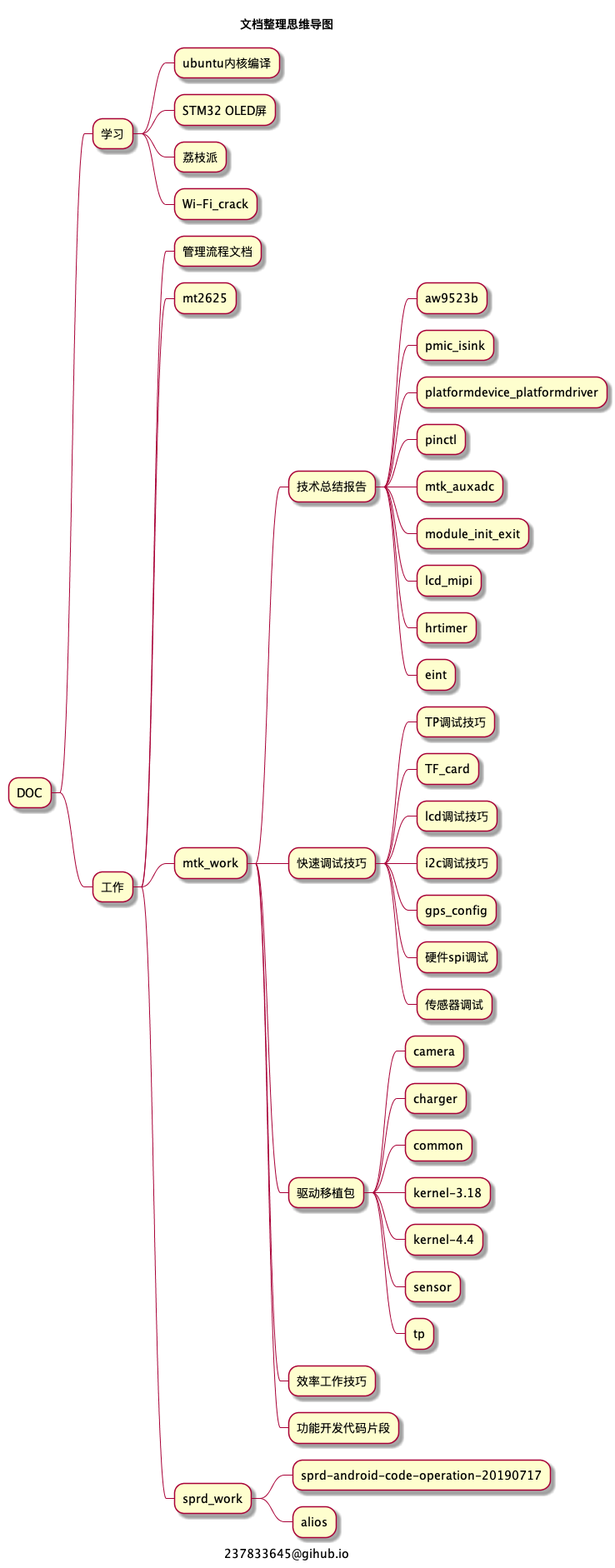
Earlier version of the PlantUML export out/index/文档整理思维导图.png (237833645/doc).
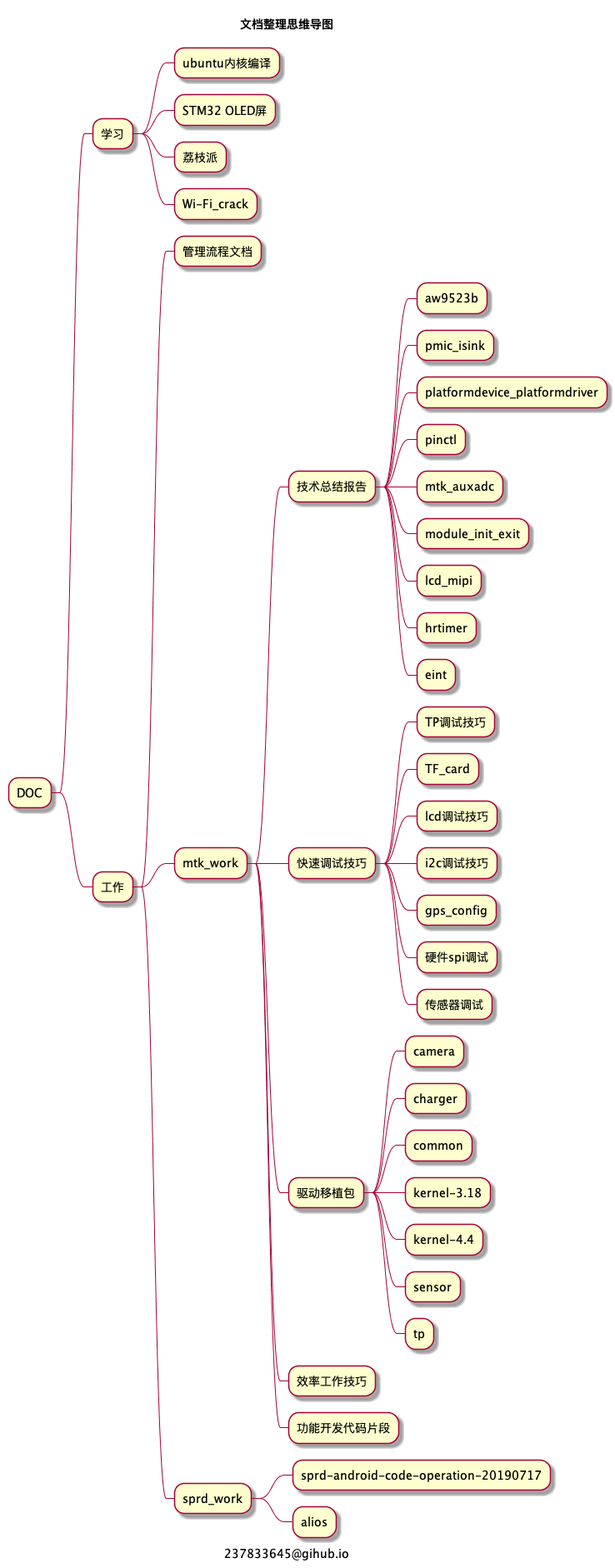
The same file after the commit.

Commit message:
文档思维导图

The edit, as a diff of the source:
```diff
@@ -12,7 +12,6 @@
 
 ** 工作
 *** 管理流程文档
-*** mt2625
 *** mtk_work
 **** 技术总结报告
 ***** aw9523b
```
